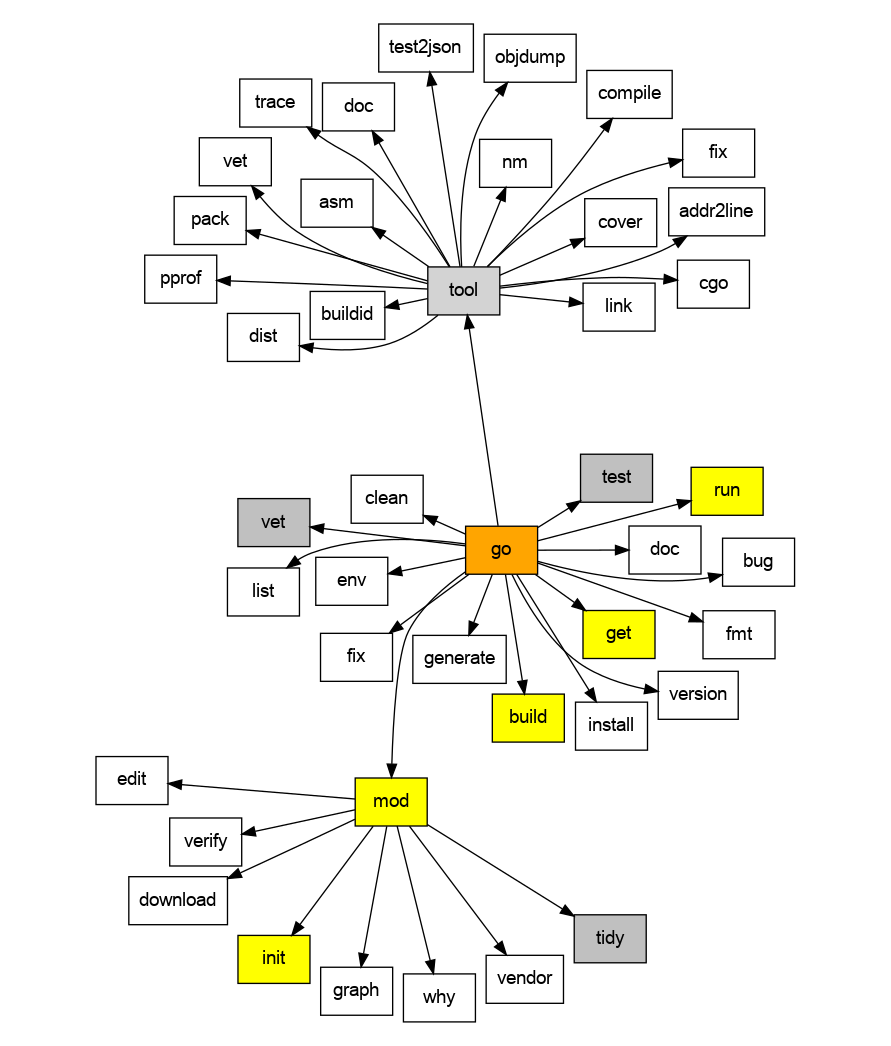
Before: static/gotool.png, a diagram exported from Graphviz (miku/goforprogrammers). Its source is kept beside it as static/gotool.dot. Its diagram source:
```dot
digraph gotool {
    graph [  splines="true"  forcelabels="true"  pad="1,0.25"  nodesep="2"  overlap="false"  bgcolor="white"   ];
    node [ style="solid"  shape="box"  fontname="Arial"  fontsize="14"  fontcolor="black" ];

    "go" ->   "bug";
    "go" ->   "build";
    "go" ->   "clean";
    "go" ->   "doc";
    "go" ->   "env";
    "go" ->   "fix";
    "go" ->   "fmt";
    "go" ->   "generate";
    "go" ->   "get";
    "go" ->   "install";
    "go" ->   "list";
    "go" ->   "mod";
    "go" ->   "run";
    "go" ->   "test";
    "go" ->   "tool";
    "go" ->   "version";
    "go" ->   "vet";

    "go" [style="filled" fillcolor="orange"];
    "get" [style="filled" fillcolor="yellow"];
    "mod" [style="filled" fillcolor="yellow"];
    "run" [style="filled" fillcolor="yellow"];
    "test" [style="filled" fillcolor="gray"];
    "tool" [style="filled" fillcolor="lightgray"];
    "build" [style="filled" fillcolor="yellow"];


    "mod" ->  "download";
    "mod" ->  "edit";
    "mod" ->  "graph";
    "mod" ->  "init";
    "mod" ->  "tidy";
    "mod" ->  "vendor";
    "mod" ->  "verify";
    "mod" ->  "why";


    "init" [style="filled" fillcolor="yellow"];
    "tidy" [style="filled" fillcolor="gray"];

    "tool" -> "addr2line";
    "tool" -> "asm";
    "tool" -> "buildid";
    "tool" -> "cgo";
    "tool" -> "compile";
    "tool" -> "cover";
    "tool" -> "dist";
    "tool" -> "tool_doc";
    "tool" -> "tool_fix";
    "tool" -> "link";
    "tool" -> "nm";
    "tool" -> "objdump";
    "tool" -> "pack";
    "tool" -> "pprof";
    "tool" -> "test2json";
    "tool" -> "trace";
    "tool" -> "tool_vet";

    "tool_vet" [label="vet"];
    "tool_fix" [label="fix"];
    "tool_doc" [label="doc"];

    "vet" [style="filled" fillcolor="gray"];
}
```
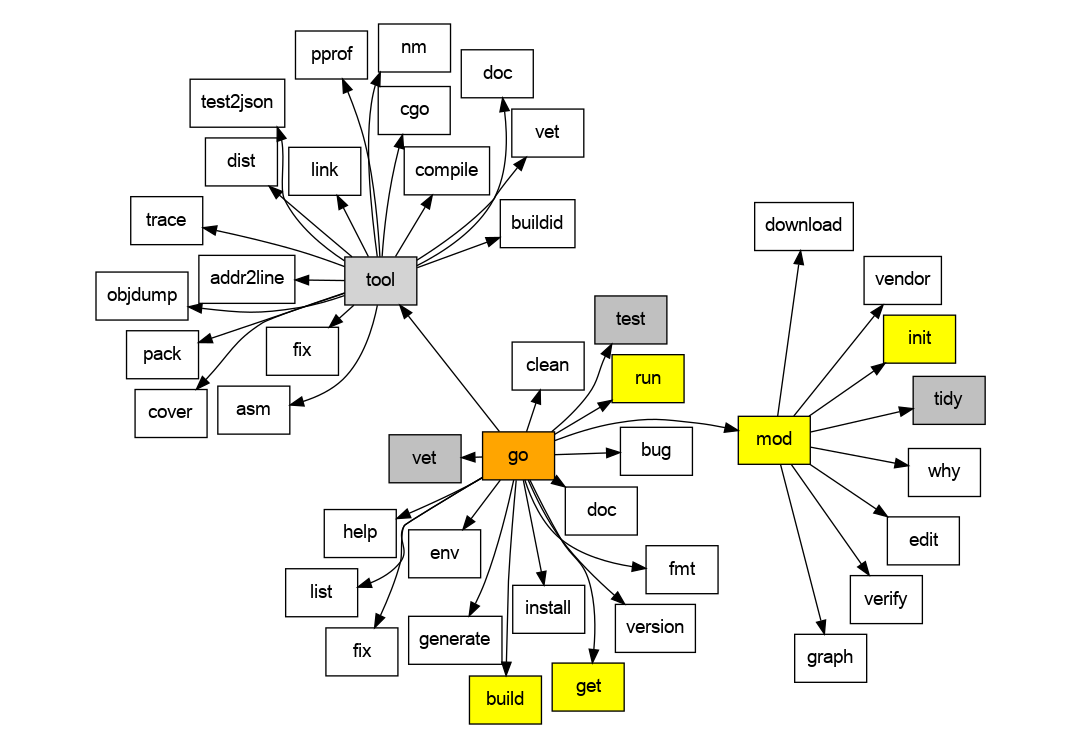
The same file after the commit.

Change to the diagram source:
```diff
@@ -19,6 +19,7 @@
     "go" ->   "tool";
     "go" ->   "version";
     "go" ->   "vet";
+    "go" -> "help";
 
     "go" [style="filled" fillcolor="orange"];
     "get" [style="filled" fillcolor="yellow"];
```
